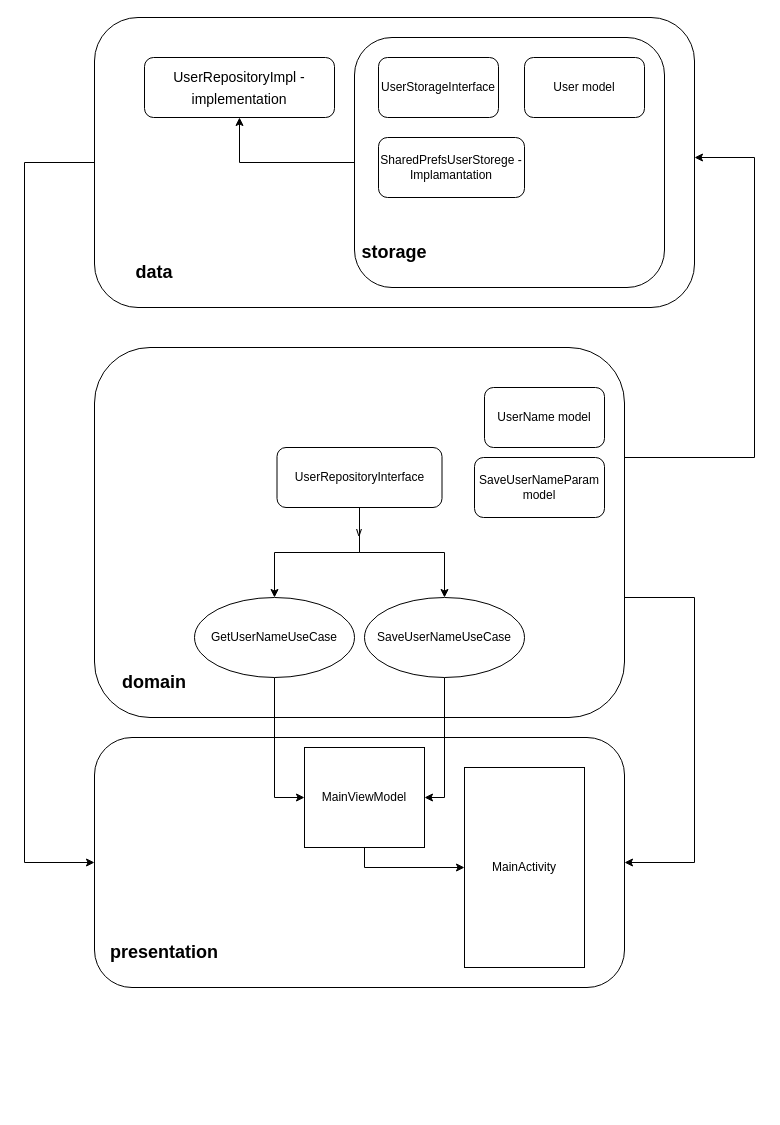
Above: AppArchitecture.drawio in AntonEsipow/android-clean-architecture-test (draw.io), before the change. Source tidied: cells renumbered, new cells numbered last; positions are measured from the earlier drawing's top-left corner, leaving out a move shared by most shapes. Both pictures are drawn from the tidied source at 100%, with x=0, y=0 at pixel (24, 17).
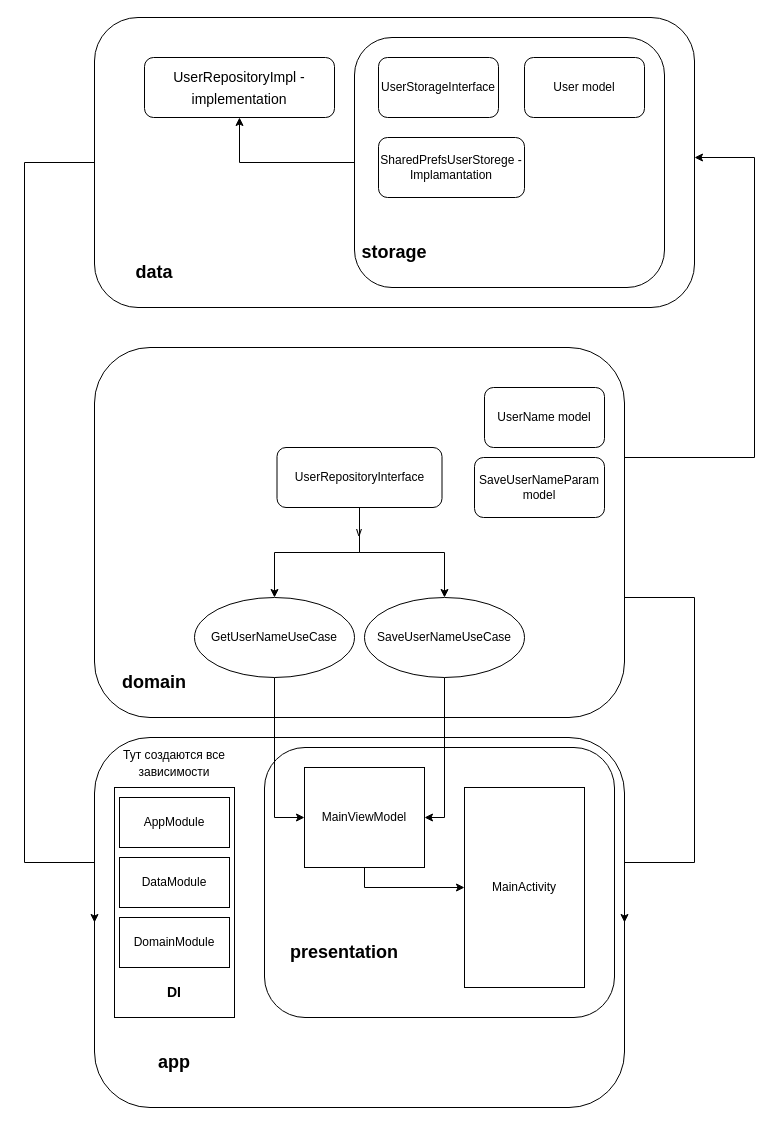
The same diagram, later.

Change to the diagram source:
```diff
@@
     <mxCell id="2" style="rounded=1;whiteSpace=wrap;html=1;align=center;labelPosition=center;verticalLabelPosition=middle;verticalAlign=middle;" parent="1" vertex="1">
-      <mxGeometry x="70" y="720" width="530" height="250" as="geometry" />
+      <mxGeometry x="70" y="720" width="530" height="370" as="geometry" />
     </mxCell>
+    <mxCell id="30" style="rounded=1;whiteSpace=wrap;html=1;fillStyle=auto;fontSize=12;strokeWidth=1;fillColor=none;" parent="1" vertex="1">
+      <mxGeometry x="240" y="730" width="350" height="270" as="geometry" />
+    </mxCell>
@@
     <mxCell id="11" value="MainViewModel" style="rounded=0;whiteSpace=wrap;html=1;" parent="1" vertex="1">
-      <mxGeometry x="280" y="730" width="120" height="100" as="geometry" />
+      <mxGeometry x="280" y="750" width="120" height="100" as="geometry" />
     </mxCell>
@@
     <mxCell id="13" value="&lt;font style=&quot;font-size: 18px;&quot;&gt;presentation&lt;/font&gt;" style="text;html=1;strokeColor=none;fillColor=none;align=center;verticalAlign=middle;whiteSpace=wrap;rounded=0;fontStyle=1;fontSize=14;" parent="1" vertex="1">
-      <mxGeometry x="110" y="920" width="60" height="30" as="geometry" />
+      <mxGeometry x="290" y="920" width="60" height="30" as="geometry" />
     </mxCell>
@@
     <mxCell id="29" value="MainActivity" style="rounded=0;whiteSpace=wrap;html=1;" parent="1" vertex="1">
-      <mxGeometry x="440" y="750" width="120" height="200" as="geometry" />
+      <mxGeometry x="440" y="770" width="120" height="200" as="geometry" />
     </mxCell>
+    <mxCell id="31" style="rounded=0;whiteSpace=wrap;html=1;fillStyle=auto;strokeWidth=1;fillColor=none;" parent="1" vertex="1">
+      <mxGeometry x="90" y="770" width="120" height="230" as="geometry" />
+    </mxCell>
+    <mxCell id="32" value="AppModule" style="rounded=0;whiteSpace=wrap;html=1;fillStyle=auto;strokeWidth=1;fillColor=none;" parent="1" vertex="1">
+      <mxGeometry x="95" y="780" width="110" height="50" as="geometry" />
+    </mxCell>
+    <mxCell id="33" value="DataModule" style="rounded=0;whiteSpace=wrap;html=1;fillStyle=auto;strokeWidth=1;fillColor=none;" parent="1" vertex="1">
+      <mxGeometry x="95" y="840" width="110" height="50" as="geometry" />
+    </mxCell>
+    <mxCell id="34" value="DomainModule" style="rounded=0;whiteSpace=wrap;html=1;fillStyle=auto;strokeWidth=1;fillColor=none;" parent="1" vertex="1">
+      <mxGeometry x="95" y="900" width="110" height="50" as="geometry" />
+    </mxCell>
+    <mxCell id="35" value="&lt;b&gt;&lt;font style=&quot;font-size: 14px;&quot;&gt;DI&lt;/font&gt;&lt;/b&gt;" style="text;html=1;strokeColor=none;fillColor=none;align=center;verticalAlign=middle;whiteSpace=wrap;rounded=0;fillStyle=auto;" parent="1" vertex="1">
+      <mxGeometry x="120" y="960" width="60" height="30" as="geometry" />
+    </mxCell>
+    <mxCell id="36" value="&lt;font style=&quot;font-size: 12px;&quot;&gt;Тут создаются все зависимости&lt;/font&gt;" style="text;html=1;strokeColor=none;fillColor=none;align=center;verticalAlign=middle;whiteSpace=wrap;rounded=0;fillStyle=auto;fontSize=14;" parent="1" vertex="1">
+      <mxGeometry x="90" y="730" width="120" height="30" as="geometry" />
+    </mxCell>
+    <mxCell id="37" value="&lt;span style=&quot;font-size: 18px;&quot;&gt;app&lt;/span&gt;" style="text;html=1;strokeColor=none;fillColor=none;align=center;verticalAlign=middle;whiteSpace=wrap;rounded=0;fontStyle=1;fontSize=14;" parent="1" vertex="1">
+      <mxGeometry x="120" y="1030" width="60" height="30" as="geometry" />
+    </mxCell>
```
